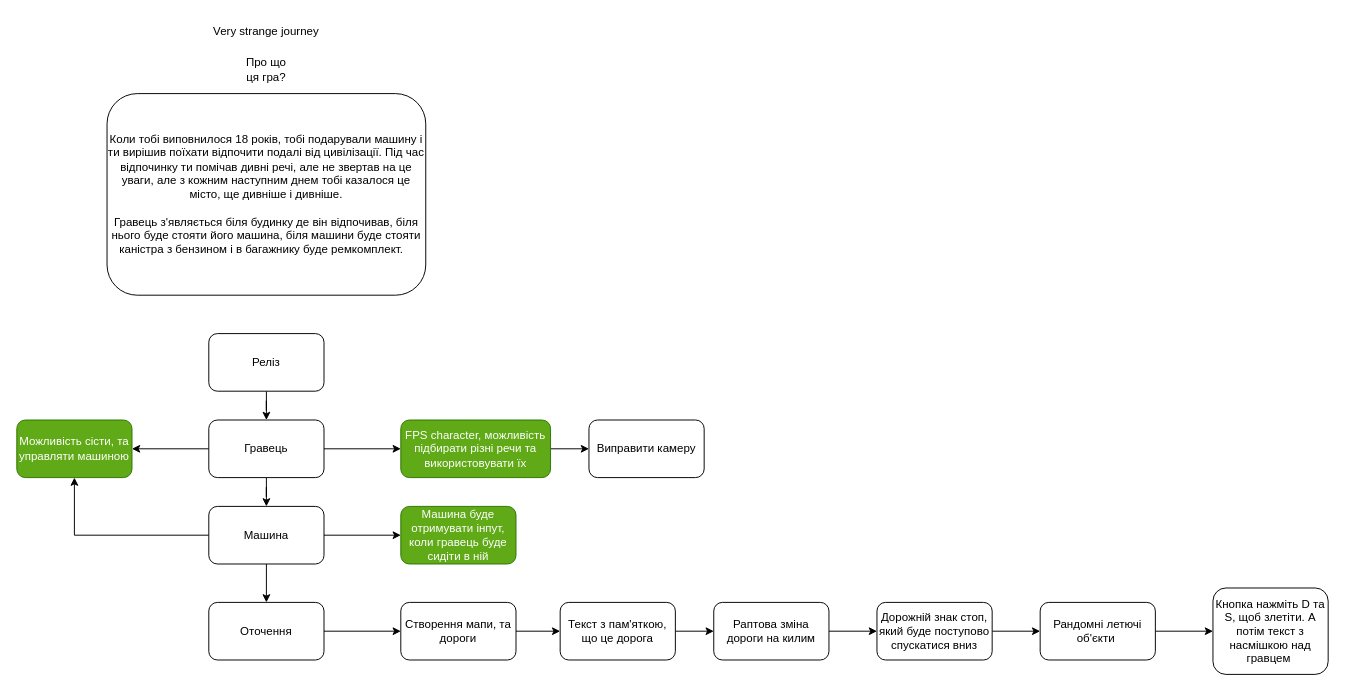
Earlier version of the draw.io diagram Roadmap.drawio (Gamedevenri/Very-strange-journey). Source tidied: cells renumbered, new cells numbered last; positions are measured from the earlier drawing's top-left corner, leaving out a move shared by most shapes. Both pictures are drawn from the tidied source at 96%, with x=0, y=0 at pixel (16, 16).
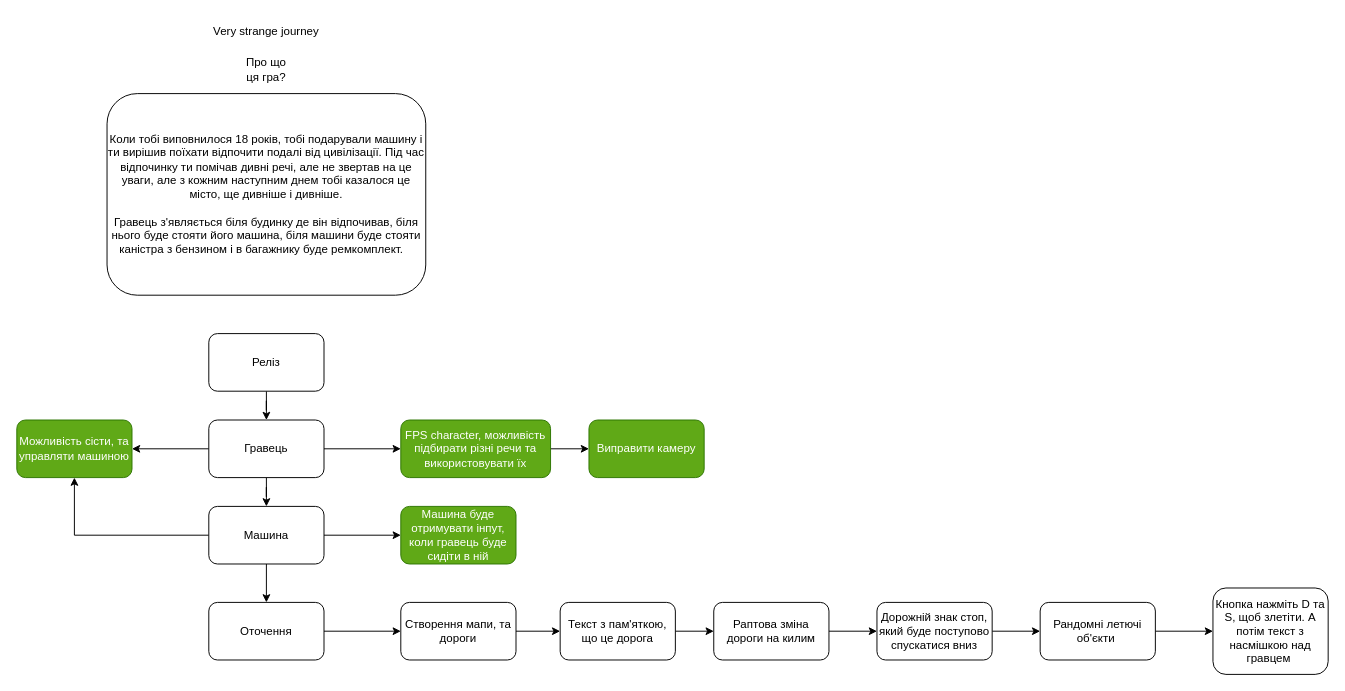
Above is the later version.

What changed in the source:
```diff
@@
-    <mxCell id="23" value="Виправити камеру" style="whiteSpace=wrap;html=1;rounded=1;" parent="1" vertex="1">
+    <mxCell id="23" value="Виправити камеру" style="whiteSpace=wrap;html=1;rounded=1;fillColor=#60a917;fontColor=#ffffff;strokeColor=#2D7600;" parent="1" vertex="1">
       <mxGeometry x="596" y="420" width="120" height="60" as="geometry" />
     </mxCell>
```
